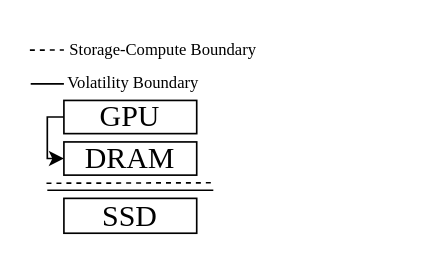
icszhr/NCheck keeps this draw.io diagram as fig/archi_mot_a.drawio. Above is the earlier version. Source tidied: cells renumbered, new cells numbered last; positions are measured from the earlier drawing's top-left corner, leaving out a move shared by most shapes. Both pictures are drawn from the tidied source at 166%, with x=0, y=0 at pixel (30, 32).
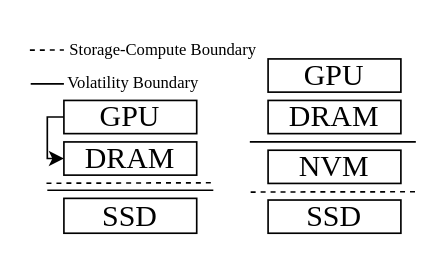
After the change.

What changed in the source:
```diff
@@
+    <mxCell id="12" value="&lt;font style=&quot;font-size: 18px;&quot; face=&quot;Times New Roman&quot;&gt;GPU&lt;/font&gt;" style="rounded=0;whiteSpace=wrap;html=1;" parent="1" vertex="1">
+      <mxGeometry x="143" y="16" width="80" height="20" as="geometry" />
+    </mxCell>
+    <mxCell id="13" value="&lt;font face=&quot;Times New Roman&quot; style=&quot;font-size: 18px;&quot;&gt;DRAM&lt;/font&gt;" style="rounded=0;whiteSpace=wrap;html=1;strokeColor=default;align=center;verticalAlign=middle;fontFamily=Helvetica;fontSize=12;fontColor=default;fillColor=default;" parent="1" vertex="1">
+      <mxGeometry x="143" y="41" width="80" height="20" as="geometry" />
+    </mxCell>
+    <mxCell id="14" value="&lt;font style=&quot;font-size: 18px;&quot; face=&quot;Times New Roman&quot;&gt;SSD&lt;/font&gt;" style="rounded=0;whiteSpace=wrap;html=1;" parent="1" vertex="1">
+      <mxGeometry x="143" y="101" width="80" height="20" as="geometry" />
+    </mxCell>
+    <mxCell id="15" style="endArrow=none;html=1;rounded=0;dashed=1;" parent="1" edge="1">
+      <mxGeometry relative="1" as="geometry">
+        <mxPoint x="132.5" y="96.2" as="sourcePoint" />
+        <mxPoint x="233.5" y="96" as="targetPoint" />
+      </mxGeometry>
+    </mxCell>
+    <mxCell id="16" value="&lt;font style=&quot;font-size: 18px;&quot; face=&quot;Times New Roman&quot;&gt;NVM&lt;/font&gt;" style="rounded=0;whiteSpace=wrap;html=1;" parent="1" vertex="1">
+      <mxGeometry x="143" y="71" width="80" height="20" as="geometry" />
+    </mxCell>
+    <mxCell id="17" style="endArrow=none;html=1;rounded=0;" parent="1" edge="1">
+      <mxGeometry relative="1" as="geometry">
+        <mxPoint x="132" y="66" as="sourcePoint" />
+        <mxPoint x="232" y="66" as="targetPoint" />
+      </mxGeometry>
+    </mxCell>
```
